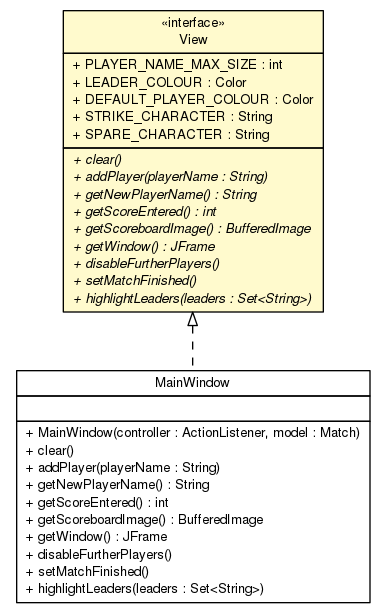
This is documentation/api-javadoc/thmuggleton/view/View.png from thmuggleton/bowling-desktop, a Graphviz export, as it was before one commit. Its source is kept beside it as documentation/api-javadoc/thmuggleton/view/View.dot. Source of this version:
```dot

digraph G {
	edge [fontname="Helvetica",fontsize=10,labelfontname="Helvetica",labelfontsize=10];
	node [fontname="Helvetica",fontsize=10,shape=plaintext];
	nodesep=0.25;
	ranksep=0.5;
	c723 [label=<<table title="thmuggleton.view.View" border="0" cellborder="1" cellspacing="0" cellpadding="2" port="p" bgcolor="lemonChiffon" href="./View.html">
		<tr><td><table border="0" cellspacing="0" cellpadding="1">
<tr><td align="center" balign="center"> &#171;interface&#187; </td></tr>
<tr><td align="center" balign="center"> View </td></tr>
		</table></td></tr>
		<tr><td><table border="0" cellspacing="0" cellpadding="1">
<tr><td align="left" balign="left"> + PLAYER_NAME_MAX_SIZE : int </td></tr>
<tr><td align="left" balign="left"> + LEADER_COLOUR : Color </td></tr>
<tr><td align="left" balign="left"> + DEFAULT_PLAYER_COLOUR : Color </td></tr>
<tr><td align="left" balign="left"> + STRIKE_CHARACTER : String </td></tr>
<tr><td align="left" balign="left"> + SPARE_CHARACTER : String </td></tr>
		</table></td></tr>
		<tr><td><table border="0" cellspacing="0" cellpadding="1">
<tr><td align="left" balign="left"><font face="Helvetica-Oblique" point-size="10.0"> + clear() </font></td></tr>
<tr><td align="left" balign="left"><font face="Helvetica-Oblique" point-size="10.0"> + addPlayer(playerName : String) </font></td></tr>
<tr><td align="left" balign="left"><font face="Helvetica-Oblique" point-size="10.0"> + getNewPlayerName() : String </font></td></tr>
<tr><td align="left" balign="left"><font face="Helvetica-Oblique" point-size="10.0"> + getScoreEntered() : int </font></td></tr>
<tr><td align="left" balign="left"><font face="Helvetica-Oblique" point-size="10.0"> + getScoreboardImage() : BufferedImage </font></td></tr>
<tr><td align="left" balign="left"><font face="Helvetica-Oblique" point-size="10.0"> + getWindow() : JFrame </font></td></tr>
<tr><td align="left" balign="left"><font face="Helvetica-Oblique" point-size="10.0"> + disableFurtherPlayers() </font></td></tr>
<tr><td align="left" balign="left"><font face="Helvetica-Oblique" point-size="10.0"> + setMatchFinished() </font></td></tr>
<tr><td align="left" balign="left"><font face="Helvetica-Oblique" point-size="10.0"> + highlightLeaders(leaders : Set&lt;String&gt;) </font></td></tr>
		</table></td></tr>
		</table>>, URL="./View.html", fontname="Helvetica", fontcolor="black", fontsize=10.0];
	c726 [label=<<table title="thmuggleton.view.impl.MainWindow" border="0" cellborder="1" cellspacing="0" cellpadding="2" port="p" href="./impl/MainWindow.html">
		<tr><td><table border="0" cellspacing="0" cellpadding="1">
<tr><td align="center" balign="center"> MainWindow </td></tr>
		</table></td></tr>
		<tr><td><table border="0" cellspacing="0" cellpadding="1">
<tr><td align="left" balign="left">  </td></tr>
		</table></td></tr>
		<tr><td><table border="0" cellspacing="0" cellpadding="1">
<tr><td align="left" balign="left"> + MainWindow(controller : ActionListener, model : Match) </td></tr>
<tr><td align="left" balign="left"> + clear() </td></tr>
<tr><td align="left" balign="left"> + addPlayer(playerName : String) </td></tr>
<tr><td align="left" balign="left"> + getNewPlayerName() : String </td></tr>
<tr><td align="left" balign="left"> + getScoreEntered() : int </td></tr>
<tr><td align="left" balign="left"> + getScoreboardImage() : BufferedImage </td></tr>
<tr><td align="left" balign="left"> + getWindow() : JFrame </td></tr>
<tr><td align="left" balign="left"> + disableFurtherPlayers() </td></tr>
<tr><td align="left" balign="left"> + setMatchFinished() </td></tr>
<tr><td align="left" balign="left"> + highlightLeaders(leaders : Set&lt;String&gt;) </td></tr>
		</table></td></tr>
		</table>>, URL="./impl/MainWindow.html", fontname="Helvetica", fontcolor="black", fontsize=10.0];
	c723:p -> c726:p [dir=back,arrowtail=empty,style=dashed];
}
```
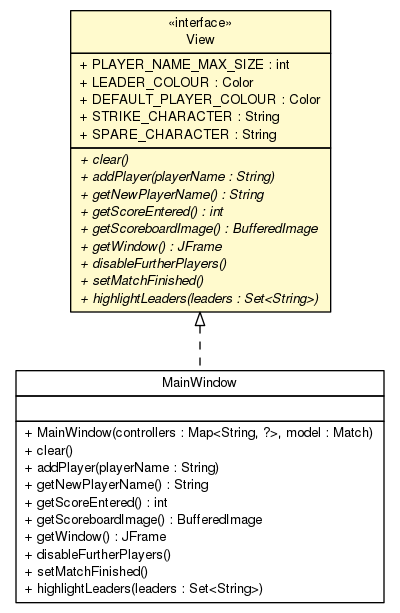
Later version of the same file.

Diff of the diagram source:
```diff
@@ -4,7 +4,7 @@
 	node [fontname="Helvetica",fontsize=10,shape=plaintext];
 	nodesep=0.25;
 	ranksep=0.5;
-	c723 [label=<<table title="thmuggleton.view.View" border="0" cellborder="1" cellspacing="0" cellpadding="2" port="p" bgcolor="lemonChiffon" href="./View.html">
+	c835 [label=<<table title="thmuggleton.view.View" border="0" cellborder="1" cellspacing="0" cellpadding="2" port="p" bgcolor="lemonChiffon" href="./View.html">
 		<tr><td><table border="0" cellspacing="0" cellpadding="1">
 <tr><td align="center" balign="center"> &#171;interface&#187; </td></tr>
 <tr><td align="center" balign="center"> View </td></tr>
@@ -28,7 +28,7 @@
 <tr><td align="left" balign="left"><font face="Helvetica-Oblique" point-size="10.0"> + highlightLeaders(leaders : Set&lt;String&gt;) </font></td></tr>
 		</table></td></tr>
 		</table>>, URL="./View.html", fontname="Helvetica", fontcolor="black", fontsize=10.0];
-	c726 [label=<<table title="thmuggleton.view.impl.MainWindow" border="0" cellborder="1" cellspacing="0" cellpadding="2" port="p" href="./impl/MainWindow.html">
+	c838 [label=<<table title="thmuggleton.view.impl.MainWindow" border="0" cellborder="1" cellspacing="0" cellpadding="2" port="p" href="./impl/MainWindow.html">
 		<tr><td><table border="0" cellspacing="0" cellpadding="1">
 <tr><td align="center" balign="center"> MainWindow </td></tr>
 		</table></td></tr>
@@ -36,7 +36,7 @@
 <tr><td align="left" balign="left">  </td></tr>
 		</table></td></tr>
 		<tr><td><table border="0" cellspacing="0" cellpadding="1">
-<tr><td align="left" balign="left"> + MainWindow(controller : ActionListener, model : Match) </td></tr>
+<tr><td align="left" balign="left"> + MainWindow(controllers : Map&lt;String, ?&gt;, model : Match) </td></tr>
 <tr><td align="left" balign="left"> + clear() </td></tr>
 <tr><td align="left" balign="left"> + addPlayer(playerName : String) </td></tr>
 <tr><td align="left" balign="left"> + getNewPlayerName() : String </td></tr>
@@ -48,5 +48,5 @@
 <tr><td align="left" balign="left"> + highlightLeaders(leaders : Set&lt;String&gt;) </td></tr>
 		</table></td></tr>
 		</table>>, URL="./impl/MainWindow.html", fontname="Helvetica", fontcolor="black", fontsize=10.0];
-	c723:p -> c726:p [dir=back,arrowtail=empty,style=dashed];
+	c835:p -> c838:p [dir=back,arrowtail=empty,style=dashed];
 }
```
